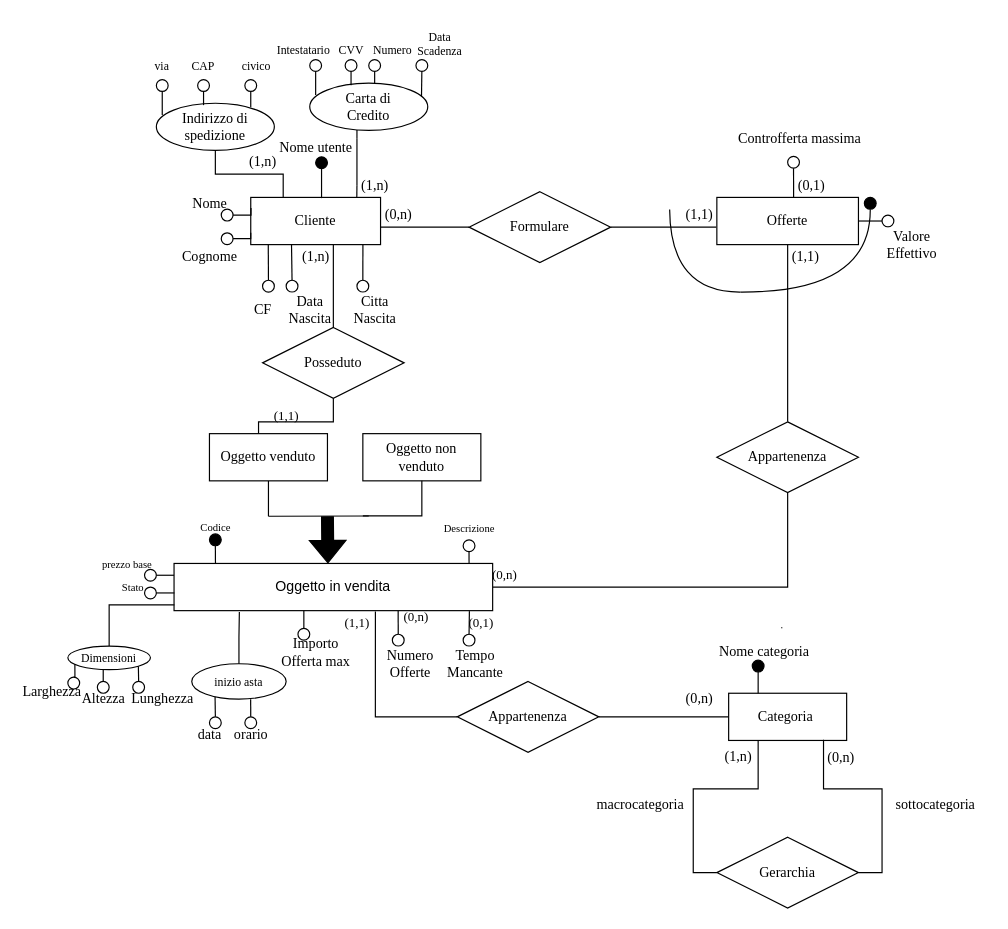
Above: materiale/Schemi Base E-R/Diagramma ER daRistrutturare.drawio in A-lex00/AsteOnlineBD (draw.io), before the change. Source tidied: cells renumbered, new cells numbered last; positions are measured from the earlier drawing's top-left corner, leaving out a move shared by most shapes. Both pictures are drawn from the tidied source at 118%, with x=0, y=0 at pixel (20, 20).
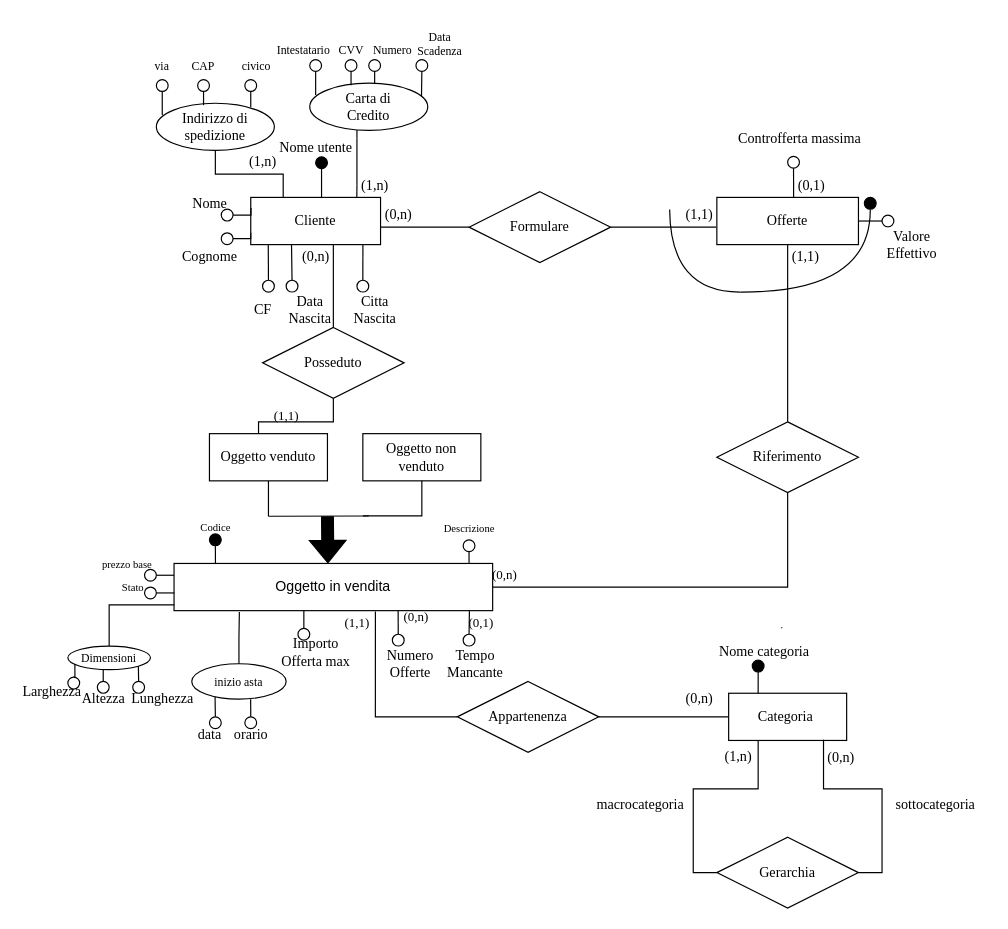
After the change.

What changed in the source:
```diff
@@
-    <mxCell id="102" value="&lt;font&gt;(1,n)&lt;/font&gt;" style="text;html=1;align=center;verticalAlign=middle;strokeColor=none;fillColor=none;fontFamily=Times New Roman;fontSize=12;fontColor=default;labelBackgroundColor=default;" parent="1" vertex="1">
+    <mxCell id="102" value="&lt;font&gt;(0,n)&lt;/font&gt;" style="text;html=1;align=center;verticalAlign=middle;strokeColor=none;fillColor=none;fontFamily=Times New Roman;fontSize=12;fontColor=default;labelBackgroundColor=default;" parent="1" vertex="1">
       <mxGeometry x="225" y="184.8" width="50" height="30" as="geometry" />
     </mxCell>
@@
-    <mxCell id="140" value="Appartenenza" style="shape=rhombus;perimeter=rhombusPerimeter;whiteSpace=wrap;html=1;align=center;fontFamily=Times New Roman;" parent="1" vertex="1">
+    <mxCell id="140" value="Riferimento" style="shape=rhombus;perimeter=rhombusPerimeter;whiteSpace=wrap;html=1;align=center;fontFamily=Times New Roman;" parent="1" vertex="1">
       <mxGeometry x="590" y="340" width="120" height="60" as="geometry" />
     </mxCell>
```
